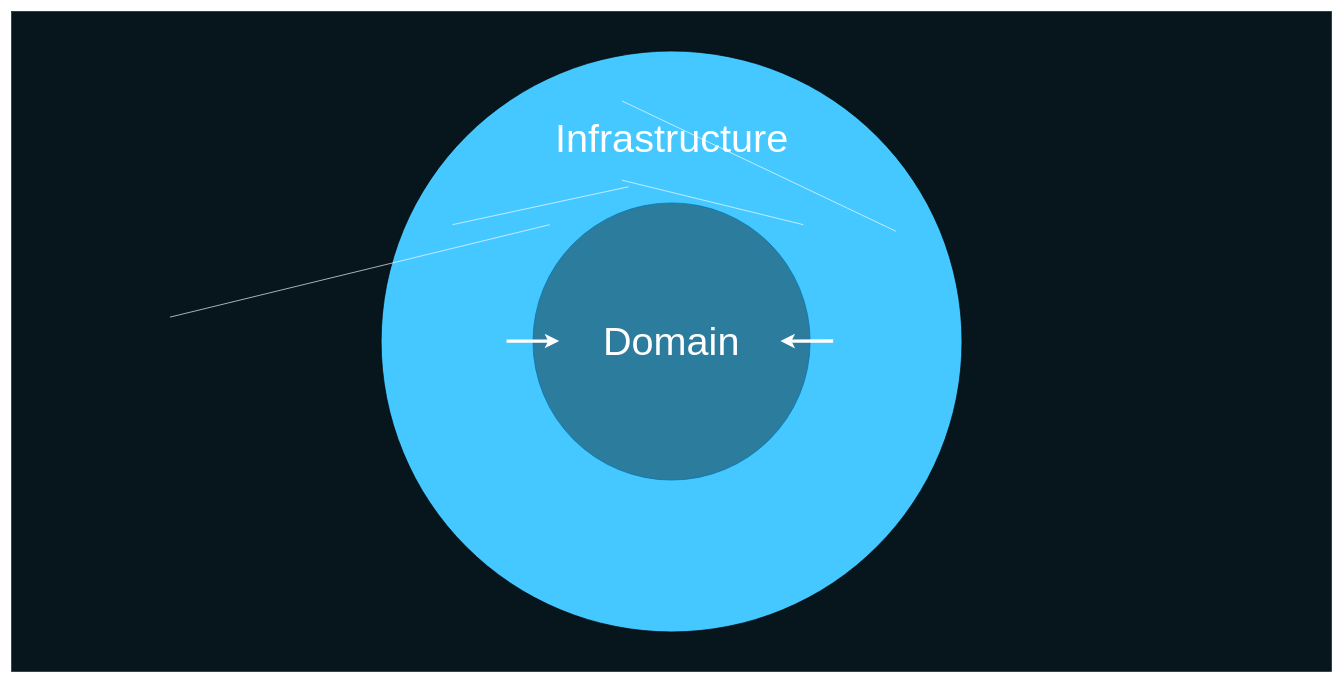
Above: deck/ru/diagrams/caLayersAbstract1.drawio in AlexanderLapygin/ca-react-rest-api-starter (draw.io), before the change. Source tidied: cells renumbered, new cells numbered last; positions are measured from the earlier drawing's top-left corner, leaving out a move shared by most shapes. Both pictures are drawn from the tidied source at 66%, with x=0, y=0 at pixel (11, 11).
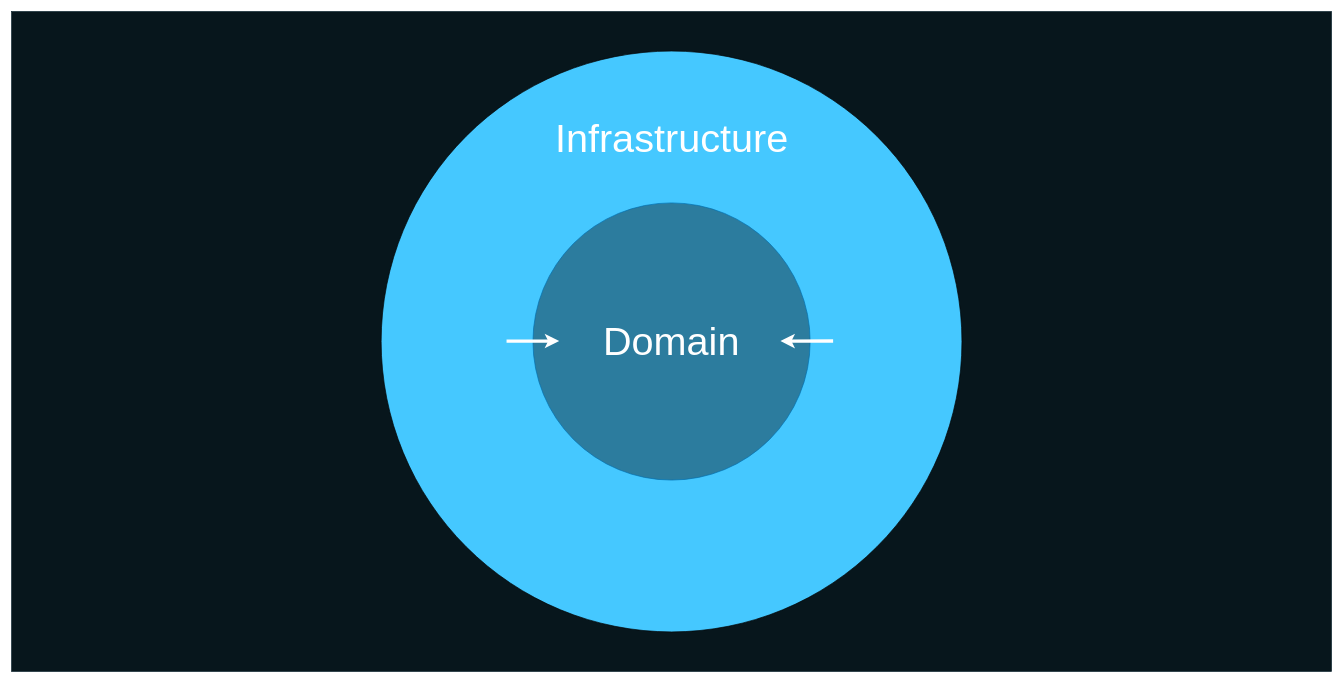
The same page after the edit.

What changed in the source:
```diff
@@
 <mxGraphModel background="#ffffff">
   <root>
     <mxCell id="0" />
     <mxCell id="1" parent="0" />
     <mxCell id="2" style="rounded=0;whiteSpace=wrap;html=1;fillColor=#07161C;fontSize=30;fontColor=#FFFFFF;strokeColor=#0C242E;" parent="1" vertex="1">
       <mxGeometry y="-0.1" width="2000" height="1000" as="geometry" />
     </mxCell>
     <mxCell id="3" style="ellipse;whiteSpace=wrap;html=1;fillColor=#45C8FF;fontSize=30;labelPosition=center;verticalLabelPosition=top;align=center;verticalAlign=bottom;" parent="1" vertex="1">
       <mxGeometry x="560" y="59.9" width="880" height="880" as="geometry" />
     </mxCell>
     <mxCell id="4" value="&lt;font style=&quot;font-size: 60px&quot;&gt;Domain&lt;/font&gt;" style="ellipse;whiteSpace=wrap;html=1;fillColor=#2C7C9E;fontSize=30;labelPosition=center;verticalLabelPosition=middle;align=center;verticalAlign=middle;strokeColor=#006EAF;fontColor=#ffffff;" parent="1" vertex="1">
       <mxGeometry x="790" y="289.9" width="420" height="420" as="geometry" />
     </mxCell>
     <mxCell id="5" style="endArrow=classic;html=1;labelBackgroundColor=none;strokeColor=#FFFFFF;strokeWidth=5;fontSize=17;fontColor=#FFFFFF;exitX=0.155;exitY=0.463;exitDx=0;exitDy=0;exitPerimeter=0;entryX=0.102;entryY=0.499;entryDx=0;entryDy=0;entryPerimeter=0;" parent="1" edge="1">
       <mxGeometry relative="1" as="geometry">
         <mxPoint x="750" y="499.3" as="sourcePoint" />
         <mxPoint x="829.8" y="499.2" as="targetPoint" />
       </mxGeometry>
     </mxCell>
     <mxCell id="6" style="endArrow=none;html=1;labelBackgroundColor=none;strokeColor=#FFFFFF;strokeWidth=5;fontSize=17;fontColor=#FFFFFF;exitX=0.155;exitY=0.463;exitDx=0;exitDy=0;exitPerimeter=0;entryX=0.102;entryY=0.499;entryDx=0;entryDy=0;entryPerimeter=0;startArrow=classic;startFill=0;endFill=0;" parent="1" edge="1">
       <mxGeometry relative="1" as="geometry">
         <mxPoint x="1165" y="499.3" as="sourcePoint" />
         <mxPoint x="1244.8" y="499.2" as="targetPoint" />
       </mxGeometry>
     </mxCell>
-    <mxCell id="7" style="endArrow=none;html=1;labelBackgroundColor=none;strokeColor=#FFFFFF;strokeWidth=1;fontSize=32;fontColor=#FFFFFF;entryX=0;entryY=0.75;entryDx=0;entryDy=0;exitX=0.75;exitY=0;exitDx=0;exitDy=0;" parent="1" edge="1">
-      <mxGeometry relative="1" as="geometry">
-        <mxPoint x="815.5" y="322.9" as="sourcePoint" />
-        <mxPoint x="240" y="463" as="targetPoint" />
-      </mxGeometry>
-    </mxCell>
-    <mxCell id="8" style="endArrow=none;html=1;labelBackgroundColor=none;strokeColor=#FFFFFF;strokeWidth=1;fontSize=32;fontColor=#FFFFFF;entryX=1;entryY=0.75;entryDx=0;entryDy=0;exitX=0.25;exitY=0;exitDx=0;exitDy=0;" parent="1" edge="1">
-      <mxGeometry relative="1" as="geometry">
-        <mxPoint x="1199.5" y="322.9" as="sourcePoint" />
-        <mxPoint x="925" y="255.5" as="targetPoint" />
-      </mxGeometry>
-    </mxCell>
-    <mxCell id="9" style="endArrow=none;html=1;labelBackgroundColor=none;strokeColor=#FFFFFF;strokeWidth=1;fontSize=32;fontColor=#FFFFFF;entryX=0;entryY=0.75;entryDx=0;entryDy=0;exitX=0.75;exitY=0;exitDx=0;exitDy=0;" parent="1" edge="1">
-      <mxGeometry relative="1" as="geometry">
-        <mxPoint x="668" y="322.9" as="sourcePoint" />
-        <mxPoint x="935" y="265.5" as="targetPoint" />
-      </mxGeometry>
-    </mxCell>
-    <mxCell id="10" style="endArrow=none;html=1;labelBackgroundColor=none;strokeColor=#FFFFFF;strokeWidth=1;fontSize=32;fontColor=#FFFFFF;entryX=1;entryY=0.75;entryDx=0;entryDy=0;exitX=0.364;exitY=-0.1;exitDx=0;exitDy=0;exitPerimeter=0;" parent="1" edge="1">
-      <mxGeometry relative="1" as="geometry">
-        <mxPoint x="1340" y="332.9" as="sourcePoint" />
-        <mxPoint x="925" y="135.5" as="targetPoint" />
-      </mxGeometry>
-    </mxCell>
     <mxCell id="11" value="&lt;span style=&quot;font-size: 60px ; font-weight: 400&quot;&gt;Infrastructure&lt;/span&gt;" style="text;strokeColor=none;fillColor=none;html=1;fontSize=24;fontStyle=1;verticalAlign=middle;align=center;fontColor=#FFFFFF;" parent="1" vertex="1">
       <mxGeometry x="800" y="173" width="400" height="40" as="geometry" />
     </mxCell>
   </root>
 </mxGraphModel>
```
